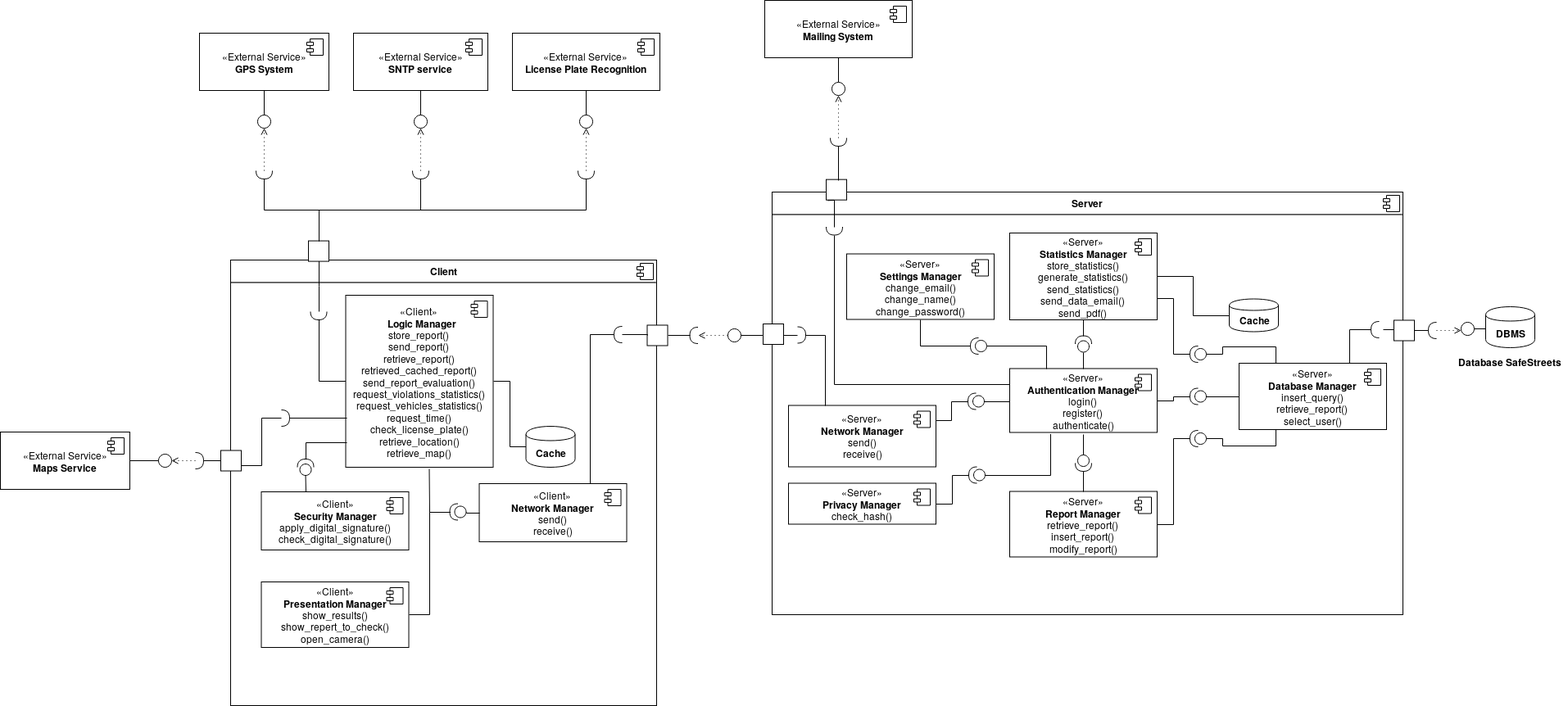
Earlier version of the draw.io export DD/img/component_interface_diagrams/component_interface.png (dariomiceli3/SafeStreet). Source tidied: cells renumbered, new cells last; positions are measured from the earlier drawing's top-left corner, leaving out a move shared by most shapes.
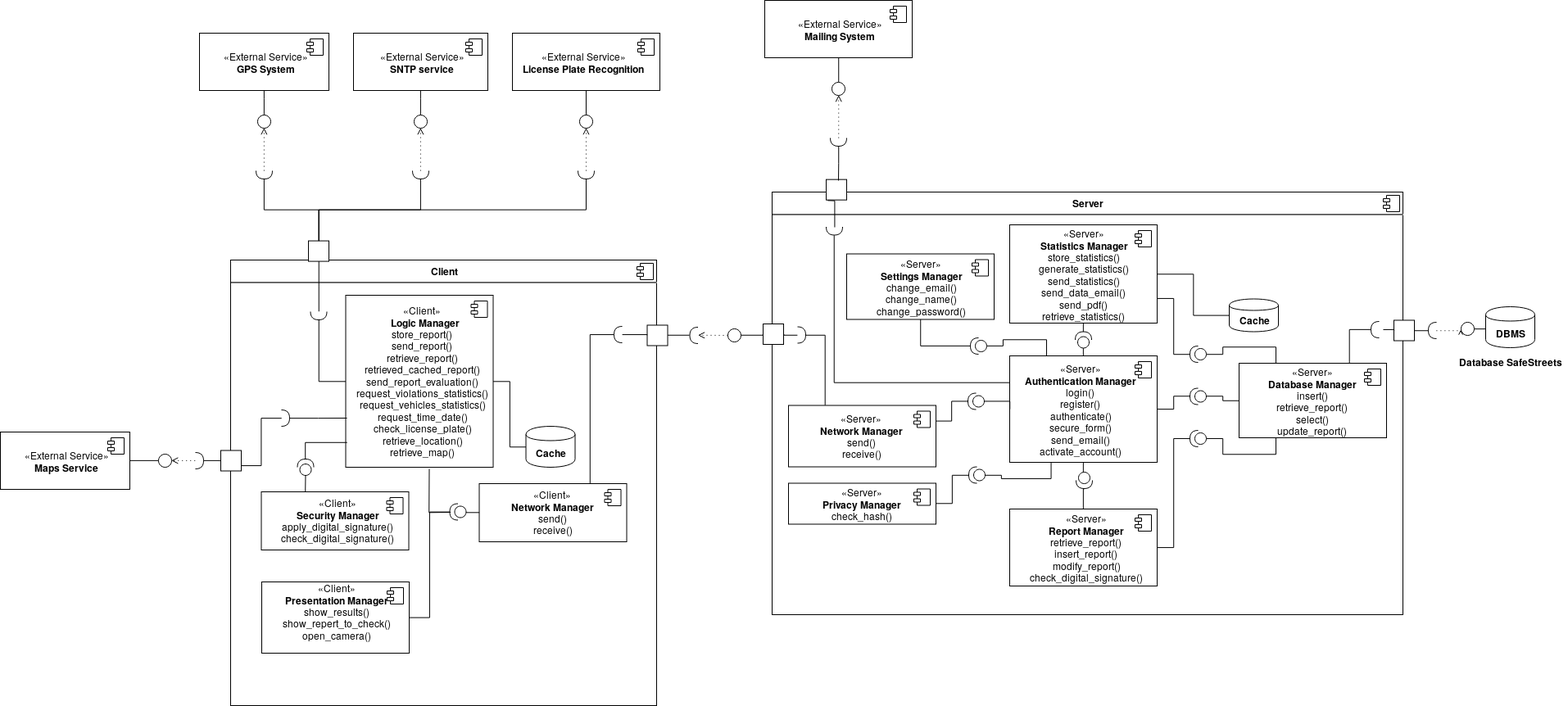
After the commit.

Change to the diagram source:
```diff
@@ -29,23 +29,23 @@
         <mxPoint x="-27" y="7" as="offset" />
       </mxGeometry>
     </mxCell>
-    <mxCell id="9" value="«Client»&lt;br&gt;&lt;div&gt;&lt;b&gt;Presentation Manager&lt;/b&gt;&lt;/div&gt;show_results()&lt;br&gt;show_repert_to_check()&lt;br&gt;open_camera()" style="html=1;" parent="2" vertex="1">
-      <mxGeometry x="37.5" y="393" width="180" height="80" as="geometry" />
+    <mxCell id="9" value="«Client»&lt;br&gt;&lt;div&gt;&lt;b&gt;Presentation Manager&lt;/b&gt;&lt;/div&gt;show_results()&lt;br&gt;show_repert_to_check()&lt;br&gt;&lt;div&gt;open_camera()&lt;/div&gt;&lt;div&gt;&lt;br&gt;&lt;/div&gt;" style="html=1;" parent="2" vertex="1">
+      <mxGeometry x="38" y="393" width="180" height="87" as="geometry" />
     </mxCell>
     <mxCell id="10" style="shape=component;jettyWidth=8;jettyHeight=4;" parent="9" vertex="1">
       <mxGeometry x="1" width="20" height="20" relative="1" as="geometry">
         <mxPoint x="-27" y="7" as="offset" />
       </mxGeometry>
     </mxCell>
+    <mxCell id="12" style="edgeStyle=orthogonalEdgeStyle;rounded=0;orthogonalLoop=1;jettySize=auto;html=1;exitX=1;exitY=0.5;exitDx=0;exitDy=0;exitPerimeter=0;entryX=0.55;entryY=1.014;entryDx=0;entryDy=0;entryPerimeter=0;endArrow=none;endFill=0;" parent="2" edge="1">
+      <mxGeometry relative="1" as="geometry">
+        <mxPoint x="268.5" y="308" as="sourcePoint" />
+        <mxPoint x="242.5" y="255" as="targetPoint" />
+      </mxGeometry>
+    </mxCell>
     <mxCell id="11" style="edgeStyle=orthogonalEdgeStyle;rounded=0;jettySize=auto;html=1;exitX=1;exitY=0.5;exitDx=0;exitDy=0;exitPerimeter=0;entryX=1;entryY=0.5;entryDx=0;entryDy=0;endArrow=none;endFill=0;" parent="2" edge="1" source="13" target="9">
       <mxGeometry relative="1" as="geometry" />
     </mxCell>
-    <mxCell id="12" style="edgeStyle=orthogonalEdgeStyle;rounded=0;orthogonalLoop=1;jettySize=auto;html=1;exitX=1;exitY=0.5;exitDx=0;exitDy=0;exitPerimeter=0;entryX=0.55;entryY=1.014;entryDx=0;entryDy=0;entryPerimeter=0;endArrow=none;endFill=0;" parent="2" edge="1">
-      <mxGeometry relative="1" as="geometry">
-        <mxPoint x="268.5" y="308" as="sourcePoint" />
-        <mxPoint x="242.5" y="255" as="targetPoint" />
-      </mxGeometry>
-    </mxCell>
     <mxCell id="13" style="shape=providedRequiredInterface;html=1;verticalLabelPosition=bottom;direction=west;" parent="2" vertex="1">
       <mxGeometry x="267.5" y="297.5" width="20" height="20" as="geometry" />
     </mxCell>
@@ -58,7 +58,7 @@
     <mxCell id="16" style="edgeStyle=orthogonalEdgeStyle;rounded=0;jettySize=auto;html=1;exitX=1;exitY=0.5;exitDx=0;exitDy=0;endArrow=none;endFill=0;" parent="2" edge="1" source="17" target="15">
       <mxGeometry relative="1" as="geometry" />
     </mxCell>
-    <mxCell id="17" value="«Client»&lt;br&gt;&lt;div&gt;&lt;b&gt;&amp;nbsp; Logic Manager&lt;/b&gt;&lt;/div&gt;store_report()&lt;br&gt;send_report() &lt;br&gt;retrieve_report()&lt;br&gt;retrieved_cached_report() &lt;br&gt;send_report_evaluation()&lt;br&gt;request_violations_statistics()&lt;br&gt;&lt;div&gt;request_vehicles_statistics()&lt;/div&gt;&lt;div&gt;request_time()&lt;/div&gt;&lt;div&gt;check_license_plate()&lt;/div&gt;&lt;div&gt;retrieve_location()&lt;/div&gt;&lt;div&gt;retrieve_map()&lt;br&gt;&lt;/div&gt;" style="html=1;" parent="2" vertex="1">
+    <mxCell id="17" value="«Client»&lt;br&gt;&lt;div&gt;&lt;b&gt;&amp;nbsp; Logic Manager&lt;/b&gt;&lt;/div&gt;store_report()&lt;br&gt;send_report() &lt;br&gt;retrieve_report()&lt;br&gt;retrieved_cached_report() &lt;br&gt;send_report_evaluation()&lt;br&gt;request_violations_statistics()&lt;br&gt;&lt;div&gt;request_vehicles_statistics()&lt;/div&gt;&lt;div&gt;request_time_date()&lt;/div&gt;&lt;div&gt;check_license_plate()&lt;/div&gt;&lt;div&gt;retrieve_location()&lt;/div&gt;&lt;div&gt;retrieve_map()&lt;br&gt;&lt;/div&gt;" style="html=1;" parent="2" vertex="1">
       <mxGeometry x="140.5" y="43" width="180" height="210" as="geometry" />
     </mxCell>
     <mxCell id="18" style="shape=component;jettyWidth=8;jettyHeight=4;" parent="17" vertex="1">
@@ -107,16 +107,16 @@
     <mxCell id="30" style="whiteSpace=wrap;html=1;" parent="28" vertex="1">
       <mxGeometry x="66" y="-15.3" width="25" height="25" as="geometry" />
     </mxCell>
-    <mxCell id="31" value="«Server»&lt;br&gt;&lt;div&gt;&lt;b&gt;Statistics Manager&lt;/b&gt;&lt;/div&gt;store_statistics()&lt;br&gt;generate_statistics()&lt;br&gt;&lt;div&gt;send_statistics()&lt;/div&gt;&lt;div&gt;send_data_email()&lt;br&gt;&lt;/div&gt;&lt;div&gt;send_pdf()&lt;br&gt;&lt;/div&gt;" style="html=1;" parent="28" vertex="1">
-      <mxGeometry x="290" y="50" width="180" height="106" as="geometry" />
+    <mxCell id="31" value="«Server»&lt;br&gt;&lt;div&gt;&lt;b&gt;Statistics Manager&lt;/b&gt;&lt;/div&gt;store_statistics()&lt;br&gt;generate_statistics()&lt;br&gt;&lt;div&gt;send_statistics()&lt;/div&gt;&lt;div&gt;send_data_email()&lt;br&gt;&lt;/div&gt;&lt;div&gt;send_pdf()&lt;br&gt;&lt;/div&gt;&lt;div&gt;retrieve_statistics()&lt;br&gt;&lt;/div&gt;" style="html=1;" parent="28" vertex="1">
+      <mxGeometry x="290" y="40" width="180" height="120" as="geometry" />
     </mxCell>
     <mxCell id="32" style="shape=component;jettyWidth=8;jettyHeight=4;" parent="31" vertex="1">
       <mxGeometry x="1" width="20" height="20" relative="1" as="geometry">
         <mxPoint x="-27" y="7" as="offset" />
       </mxGeometry>
     </mxCell>
-    <mxCell id="33" value="«Server»&lt;br&gt;&lt;div&gt;&lt;b&gt;Database Manager&lt;/b&gt;&lt;/div&gt;insert_query()&lt;br&gt;retrieve_report()&lt;br&gt;select_user()" style="html=1;" parent="28" vertex="1">
-      <mxGeometry x="570" y="209" width="180" height="81" as="geometry" />
+    <mxCell id="33" value="«Server»&lt;br&gt;&lt;div&gt;&lt;b&gt;Database Manager&lt;/b&gt;&lt;/div&gt;insert()&lt;br&gt;retrieve_report()&lt;br&gt;&lt;div&gt;select()&lt;/div&gt;&lt;div&gt;update_report()&lt;br&gt;&lt;/div&gt;" style="html=1;" parent="28" vertex="1">
+      <mxGeometry x="570" y="209" width="180" height="91" as="geometry" />
     </mxCell>
     <mxCell id="34" style="shape=component;jettyWidth=8;jettyHeight=4;" parent="33" vertex="1">
       <mxGeometry x="1" width="20" height="20" relative="1" as="geometry">
@@ -131,8 +131,8 @@
         <mxPoint x="-27" y="7" as="offset" />
       </mxGeometry>
     </mxCell>
-    <mxCell id="37" value="«Server»&lt;br&gt;&lt;div&gt;&lt;b&gt;Report Manager&lt;/b&gt;&lt;/div&gt;retrieve_report()&lt;br&gt;insert_report()&lt;br&gt;modify_report()" style="html=1;" parent="28" vertex="1">
-      <mxGeometry x="290" y="365.5" width="180" height="80" as="geometry" />
+    <mxCell id="37" value="«Server»&lt;br&gt;&lt;div&gt;&lt;b&gt;Report Manager&lt;/b&gt;&lt;/div&gt;retrieve_report()&lt;br&gt;insert_report()&lt;br&gt;&lt;div&gt;modify_report()&lt;/div&gt;&lt;div&gt;check_digital_signature()&lt;br&gt;&lt;/div&gt;" style="html=1;" parent="28" vertex="1">
+      <mxGeometry x="290" y="387" width="180" height="94" as="geometry" />
     </mxCell>
     <mxCell id="38" style="shape=component;jettyWidth=8;jettyHeight=4;" parent="37" vertex="1">
       <mxGeometry x="1" width="20" height="20" relative="1" as="geometry">
@@ -147,8 +147,8 @@
         <mxPoint x="-27" y="7" as="offset" />
       </mxGeometry>
     </mxCell>
-    <mxCell id="41" value="«Server»&lt;br&gt;&lt;div&gt;&lt;b&gt;Authentication Manager&lt;/b&gt;&lt;/div&gt;login()&lt;br&gt;register()&lt;br&gt;authenticate()" style="html=1;" parent="28" vertex="1">
-      <mxGeometry x="290" y="215.5" width="180" height="78" as="geometry" />
+    <mxCell id="41" value="«Server»&lt;br&gt;&lt;div&gt;&lt;b&gt;Authentication Manager&lt;/b&gt;&lt;/div&gt;login()&lt;br&gt;register()&lt;br&gt;&lt;div&gt;authenticate()&lt;/div&gt;&lt;div&gt;secure_form()&lt;br&gt;&lt;/div&gt;&lt;div&gt;send_email()&lt;br&gt;&lt;/div&gt;&lt;div&gt;activate_account()&lt;br&gt;&lt;/div&gt;" style="html=1;" parent="28" vertex="1">
+      <mxGeometry x="290" y="200" width="180" height="130" as="geometry" />
     </mxCell>
     <mxCell id="42" style="shape=component;jettyWidth=8;jettyHeight=4;" parent="41" vertex="1">
       <mxGeometry x="1" width="20" height="20" relative="1" as="geometry">
@@ -185,13 +185,11 @@
     <mxCell id="52" style="edgeStyle=orthogonalEdgeStyle;rounded=0;jettySize=auto;html=1;exitX=1;exitY=0.5;exitDx=0;exitDy=0;exitPerimeter=0;entryX=0.5;entryY=0;entryDx=0;entryDy=0;endArrow=none;endFill=0;" parent="28" edge="1" source="54" target="37">
       <mxGeometry relative="1" as="geometry" />
     </mxCell>
-    <mxCell id="53" style="edgeStyle=orthogonalEdgeStyle;rounded=0;jettySize=auto;html=1;exitX=0;exitY=0.5;exitDx=0;exitDy=0;exitPerimeter=0;endArrow=none;endFill=0;" parent="28" edge="1" source="54">
-      <mxGeometry relative="1" as="geometry">
-        <mxPoint x="380" y="295.5" as="targetPoint" />
-      </mxGeometry>
-    </mxCell>
+    <mxCell id="134" style="edgeStyle=orthogonalEdgeStyle;rounded=0;jettySize=auto;html=1;exitX=0;exitY=0.5;exitDx=0;exitDy=0;exitPerimeter=0;entryX=0.5;entryY=1;entryDx=0;entryDy=0;endArrow=none;endFill=0;" parent="28" edge="1" source="54" target="41">
+      <mxGeometry relative="1" as="geometry" />
+    </mxCell>
     <mxCell id="54" style="shape=providedRequiredInterface;html=1;verticalLabelPosition=bottom;direction=south;" parent="28" vertex="1">
-      <mxGeometry x="370" y="321" width="20" height="20" as="geometry" />
+      <mxGeometry x="371" y="342" width="20" height="20" as="geometry" />
     </mxCell>
     <mxCell id="55" style="edgeStyle=orthogonalEdgeStyle;rounded=0;jettySize=auto;html=1;exitX=1;exitY=0.5;exitDx=0;exitDy=0;exitPerimeter=0;entryX=0.5;entryY=1;entryDx=0;entryDy=0;endArrow=none;endFill=0;" parent="28" edge="1" source="57" target="31">
       <mxGeometry relative="1" as="geometry" />
@@ -200,7 +198,7 @@
       <mxGeometry relative="1" as="geometry" />
     </mxCell>
     <mxCell id="57" style="shape=providedRequiredInterface;html=1;verticalLabelPosition=bottom;direction=north;" parent="28" vertex="1">
-      <mxGeometry x="370" y="175.5" width="20" height="20" as="geometry" />
+      <mxGeometry x="370" y="170.5" width="20" height="20" as="geometry" />
     </mxCell>
     <mxCell id="58" value="«Server»&lt;br&gt;&lt;div&gt;&lt;b&gt;Settings Manager&lt;/b&gt;&lt;/div&gt;&lt;div&gt;change_email()&lt;/div&gt;change_name()&lt;br&gt;change_password()" style="html=1;" parent="28" vertex="1">
       <mxGeometry x="91" y="75.5" width="180" height="80" as="geometry" />
@@ -234,10 +232,8 @@
     <mxCell id="67" style="shape=providedRequiredInterface;html=1;verticalLabelPosition=bottom;direction=west;" parent="28" vertex="1">
       <mxGeometry x="239" y="245.5" width="20" height="20" as="geometry" />
     </mxCell>
-    <mxCell id="68" style="edgeStyle=orthogonalEdgeStyle;rounded=0;jettySize=auto;html=1;exitX=0;exitY=0.5;exitDx=0;exitDy=0;exitPerimeter=0;endArrow=none;endFill=0;" parent="28" edge="1" source="69">
-      <mxGeometry relative="1" as="geometry">
-        <mxPoint x="340" y="295.5" as="targetPoint" />
-      </mxGeometry>
+    <mxCell id="68" style="edgeStyle=orthogonalEdgeStyle;rounded=0;jettySize=auto;html=1;exitX=0;exitY=0.5;exitDx=0;exitDy=0;exitPerimeter=0;endArrow=none;endFill=0;entryX=0.279;entryY=0.999;entryDx=0;entryDy=0;entryPerimeter=0;" parent="28" edge="1" source="69" target="41">
+      <mxGeometry relative="1" as="geometry" />
     </mxCell>
     <mxCell id="69" style="shape=providedRequiredInterface;html=1;verticalLabelPosition=bottom;direction=west;" parent="28" vertex="1">
       <mxGeometry x="240" y="335.5" width="20" height="20" as="geometry" />
```
